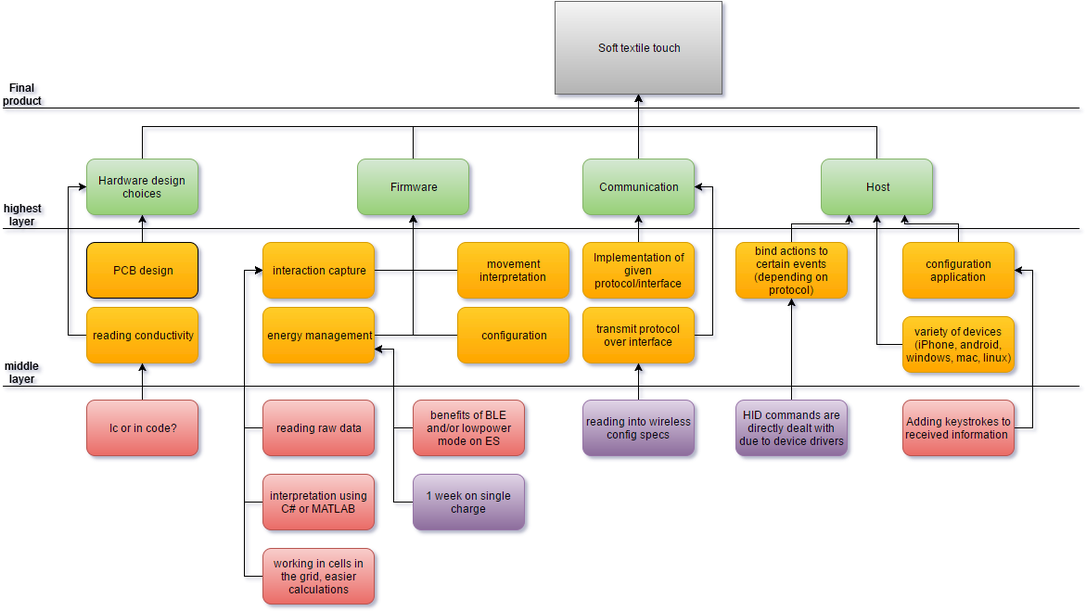
Before: Documentatie/Initalisation documents/Decomposition diagram.png, a diagram exported from draw.io (JBMEChristophe/Internship). Source tidied: cells renumbered, new cells last; positions are measured from the earlier drawing's top-left corner, leaving out a move shared by most shapes.
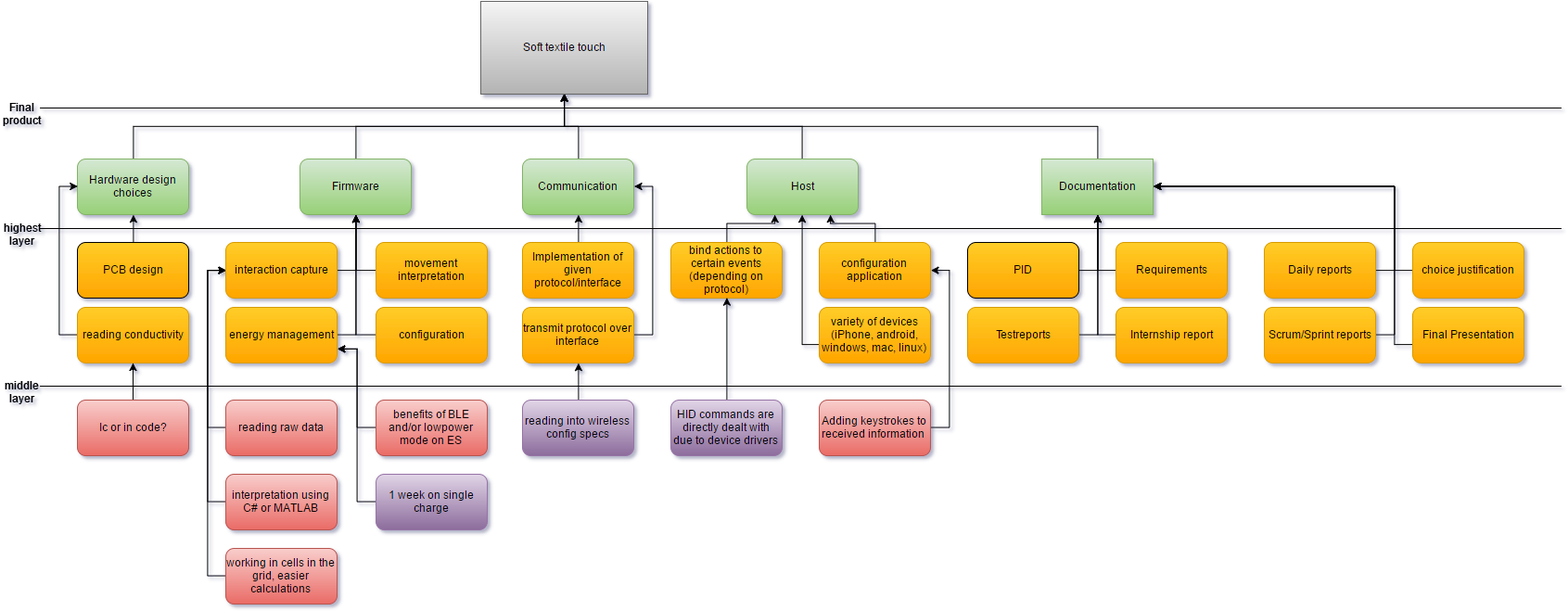
Later version of the same file.

Commit message:
Update decomp diagram and PID

Change to the diagram source:
```diff
@@ -9,7 +9,7 @@
       <mxGeometry relative="1" as="geometry" />
     </mxCell>
     <mxCell id="4" value="Firmware" style="rounded=1;whiteSpace=wrap;html=1;plain-green;" parent="1" vertex="1">
-      <mxGeometry x="382" y="170" width="120" height="60" as="geometry" />
+      <mxGeometry x="400" y="170" width="120" height="60" as="geometry" />
     </mxCell>
     <mxCell id="5" style="edgeStyle=orthogonalEdgeStyle;rounded=0;html=1;exitX=0.5;exitY=0;jettySize=auto;" parent="1" edge="1" source="6">
       <mxGeometry relative="1" as="geometry">
@@ -17,7 +17,7 @@
       </mxGeometry>
     </mxCell>
     <mxCell id="6" value="Communication" style="rounded=1;whiteSpace=wrap;html=1;plain-green;" parent="1" vertex="1">
-      <mxGeometry x="625" y="170" width="120" height="60" as="geometry" />
+      <mxGeometry x="640" y="170" width="120" height="60" as="geometry" />
     </mxCell>
     <mxCell id="7" style="edgeStyle=orthogonalEdgeStyle;rounded=0;html=1;exitX=0.5;exitY=0;entryX=0.5;entryY=1;jettySize=auto;" parent="1" edge="1" source="8" target="2">
       <mxGeometry relative="1" as="geometry" />
@@ -29,145 +29,225 @@
       <mxGeometry relative="1" as="geometry" />
     </mxCell>
     <mxCell id="10" value="configuration" style="rounded=1;whiteSpace=wrap;html=1;plain-orange;" parent="1" vertex="1">
-      <mxGeometry x="490" y="330" width="120" height="60" as="geometry" />
+      <mxGeometry x="482" y="330" width="120" height="60" as="geometry" />
     </mxCell>
     <mxCell id="11" style="edgeStyle=orthogonalEdgeStyle;rounded=0;html=1;exitX=0.5;exitY=0;entryX=0.75;entryY=1;jettySize=auto;" parent="1" edge="1" source="12" target="8">
       <mxGeometry relative="1" as="geometry" />
     </mxCell>
     <mxCell id="12" value="configuration application" style="rounded=1;whiteSpace=wrap;html=1;plain-orange;" parent="1" vertex="1">
-      <mxGeometry x="970" y="260" width="120" height="60" as="geometry" />
+      <mxGeometry x="960" y="260" width="120" height="60" as="geometry" />
     </mxCell>
     <mxCell id="13" style="edgeStyle=orthogonalEdgeStyle;rounded=0;html=1;exitX=1;exitY=0.5;entryX=1;entryY=0.5;jettySize=auto;" parent="1" edge="1" source="14" target="6">
       <mxGeometry relative="1" as="geometry" />
     </mxCell>
     <mxCell id="14" value="transmit protocol over interface" style="rounded=1;whiteSpace=wrap;html=1;plain-orange;" parent="1" vertex="1">
-      <mxGeometry x="625" y="330" width="120" height="60" as="geometry" />
+      <mxGeometry x="640" y="330" width="120" height="60" as="geometry" />
     </mxCell>
     <mxCell id="15" style="edgeStyle=orthogonalEdgeStyle;rounded=0;html=1;exitX=0;exitY=0.5;entryX=0.5;entryY=1;jettySize=auto;" parent="1" edge="1" source="16" target="4">
       <mxGeometry relative="1" as="geometry" />
     </mxCell>
     <mxCell id="16" value="movement interpretation" style="rounded=1;whiteSpace=wrap;html=1;plain-orange;" parent="1" vertex="1">
-      <mxGeometry x="490" y="260" width="120" height="60" as="geometry" />
+      <mxGeometry x="482" y="260" width="120" height="60" as="geometry" />
     </mxCell>
     <mxCell id="17" style="edgeStyle=orthogonalEdgeStyle;rounded=0;html=1;exitX=1;exitY=0.5;entryX=0.5;entryY=1;jettySize=auto;" parent="1" edge="1" source="18" target="4">
       <mxGeometry relative="1" as="geometry" />
     </mxCell>
     <mxCell id="18" value="energy management" style="rounded=1;whiteSpace=wrap;html=1;plain-orange;" parent="1" vertex="1">
-      <mxGeometry x="280" y="330" width="120" height="60" as="geometry" />
+      <mxGeometry x="320" y="330" width="120" height="60" as="geometry" />
     </mxCell>
     <mxCell id="19" style="edgeStyle=orthogonalEdgeStyle;rounded=0;html=1;exitX=1;exitY=0.5;entryX=0.5;entryY=1;jettySize=auto;" parent="1" edge="1" source="20" target="4">
       <mxGeometry relative="1" as="geometry" />
     </mxCell>
     <mxCell id="20" value="interaction capture" style="rounded=1;whiteSpace=wrap;html=1;plain-orange;" parent="1" vertex="1">
-      <mxGeometry x="280" y="260" width="120" height="60" as="geometry" />
+      <mxGeometry x="320" y="260" width="120" height="60" as="geometry" />
     </mxCell>
     <mxCell id="21" style="edgeStyle=orthogonalEdgeStyle;rounded=0;html=1;exitX=0.5;exitY=0;entryX=0.5;entryY=1;jettySize=auto;" parent="1" edge="1" source="22" target="6">
       <mxGeometry relative="1" as="geometry" />
     </mxCell>
     <mxCell id="22" value="Implementation of given protocol/interface" style="rounded=1;whiteSpace=wrap;html=1;plain-orange;" parent="1" vertex="1">
-      <mxGeometry x="625" y="260" width="120" height="60" as="geometry" />
+      <mxGeometry x="640" y="260" width="120" height="60" as="geometry" />
     </mxCell>
     <mxCell id="23" style="edgeStyle=orthogonalEdgeStyle;rounded=0;html=1;entryX=0.25;entryY=1;jettySize=auto;" parent="1" edge="1" source="24" target="8">
       <mxGeometry relative="1" as="geometry" />
     </mxCell>
     <mxCell id="24" value="bind actions to certain events (depending on protocol)" style="rounded=1;whiteSpace=wrap;html=1;plain-orange;" parent="1" vertex="1">
-      <mxGeometry x="790" y="260" width="120" height="60" as="geometry" />
+      <mxGeometry x="800" y="260" width="120" height="60" as="geometry" />
     </mxCell>
     <mxCell id="25" style="edgeStyle=orthogonalEdgeStyle;rounded=0;html=1;exitX=0.5;exitY=0;entryX=0.5;entryY=1;jettySize=auto;" parent="1" edge="1" source="26" target="2">
       <mxGeometry relative="1" as="geometry" />
     </mxCell>
     <mxCell id="26" value="Hardware design choices" style="rounded=1;whiteSpace=wrap;html=1;plain-green;" parent="1" vertex="1">
-      <mxGeometry x="90" y="170" width="120" height="60" as="geometry" />
+      <mxGeometry x="160" y="170" width="120" height="60" as="geometry" />
     </mxCell>
     <mxCell id="27" style="edgeStyle=orthogonalEdgeStyle;rounded=0;html=1;exitX=0;exitY=0.5;entryX=0;entryY=0.5;jettySize=auto;" parent="1" edge="1" source="28" target="26">
       <mxGeometry relative="1" as="geometry" />
     </mxCell>
     <mxCell id="28" value="reading conductivity" style="rounded=1;whiteSpace=wrap;html=1;plain-orange;" parent="1" vertex="1">
-      <mxGeometry x="90" y="330" width="120" height="60" as="geometry" />
+      <mxGeometry x="160" y="330" width="120" height="60" as="geometry" />
     </mxCell>
     <mxCell id="29" style="edgeStyle=orthogonalEdgeStyle;rounded=0;html=1;jettySize=auto;" parent="1" edge="1" source="30" target="28">
       <mxGeometry relative="1" as="geometry" />
     </mxCell>
     <mxCell id="30" value="Ic or in code?" style="rounded=1;whiteSpace=wrap;html=1;plain-red;" parent="1" vertex="1">
-      <mxGeometry x="90" y="430" width="120" height="60" as="geometry" />
+      <mxGeometry x="160" y="430" width="120" height="60" as="geometry" />
     </mxCell>
     <mxCell id="31" style="edgeStyle=orthogonalEdgeStyle;rounded=0;html=1;exitX=0;exitY=0.5;entryX=0;entryY=0.5;jettySize=auto;" parent="1" edge="1" source="32" target="20">
       <mxGeometry relative="1" as="geometry" />
     </mxCell>
     <mxCell id="32" value="reading raw data" style="rounded=1;whiteSpace=wrap;html=1;shadow=0;plain-red;" parent="1" vertex="1">
-      <mxGeometry x="280" y="430" width="120" height="60" as="geometry" />
+      <mxGeometry x="320" y="430" width="120" height="60" as="geometry" />
     </mxCell>
     <mxCell id="33" style="edgeStyle=orthogonalEdgeStyle;rounded=0;html=1;exitX=0;exitY=0.5;entryX=0;entryY=0.5;jettySize=auto;" parent="1" edge="1" source="34" target="20">
       <mxGeometry relative="1" as="geometry" />
     </mxCell>
     <mxCell id="34" value="interpretation using C# or MATLAB" style="rounded=1;whiteSpace=wrap;html=1;plain-red;" parent="1" vertex="1">
-      <mxGeometry x="280" y="510" width="120" height="60" as="geometry" />
+      <mxGeometry x="320" y="510" width="120" height="60" as="geometry" />
     </mxCell>
     <mxCell id="35" style="edgeStyle=orthogonalEdgeStyle;rounded=0;html=1;exitX=0;exitY=0.5;entryX=1;entryY=0.75;jettySize=auto;" parent="1" edge="1" source="36" target="18">
       <mxGeometry relative="1" as="geometry" />
     </mxCell>
     <mxCell id="36" value="benefits of BLE and/or lowpower mode on ES" style="rounded=1;whiteSpace=wrap;html=1;shadow=0;plain-red;" parent="1" vertex="1">
-      <mxGeometry x="442" y="430" width="120" height="60" as="geometry" />
+      <mxGeometry x="482" y="430" width="120" height="60" as="geometry" />
     </mxCell>
     <mxCell id="37" style="line;html=1;shadow=0;strokeColor=#000000;fillColor=#FFCD28;gradientColor=#FFA500;strokeWidth=1;" parent="1" vertex="1">
-      <mxGeometry y="240" width="1160" height="10" as="geometry" />
+      <mxGeometry x="120" y="240" width="1640" height="10" as="geometry" />
     </mxCell>
     <mxCell id="38" value="highest layer" style="text;html=1;strokeColor=none;fillColor=none;align=center;verticalAlign=middle;whiteSpace=wrap;shadow=0;" parent="1" vertex="1">
-      <mxGeometry y="220" width="40" height="20" as="geometry" />
+      <mxGeometry x="80" y="241" width="40" height="20" as="geometry" />
     </mxCell>
     <mxCell id="39" style="line;html=1;shadow=0;strokeColor=#000000;fillColor=#FFCD28;gradientColor=#FFA500;strokeWidth=1;" parent="1" vertex="1">
-      <mxGeometry y="410" width="1160" height="10" as="geometry" />
+      <mxGeometry x="120" y="410" width="1640" height="10" as="geometry" />
     </mxCell>
     <mxCell id="40" value="middle layer" style="text;html=1;strokeColor=none;fillColor=none;align=center;verticalAlign=middle;whiteSpace=wrap;shadow=0;" parent="1" vertex="1">
-      <mxGeometry y="390" width="40" height="20" as="geometry" />
+      <mxGeometry x="80" y="411" width="40" height="20" as="geometry" />
     </mxCell>
     <mxCell id="41" style="edgeStyle=orthogonalEdgeStyle;rounded=0;html=1;exitX=0;exitY=0.5;entryX=1;entryY=0.75;jettySize=auto;" parent="1" edge="1" source="42" target="18">
       <mxGeometry relative="1" as="geometry" />
     </mxCell>
     <mxCell id="42" value="1 week on single charge" style="rounded=1;whiteSpace=wrap;html=1;shadow=0;strokeWidth=1;plain-purple;" parent="1" vertex="1">
-      <mxGeometry x="442" y="510" width="120" height="60" as="geometry" />
+      <mxGeometry x="482" y="510" width="120" height="60" as="geometry" />
     </mxCell>
     <mxCell id="43" style="line;html=1;shadow=0;strokeColor=#000000;strokeWidth=1;fillColor=#FFCD28;gradientColor=#FFA500;" parent="1" vertex="1">
-      <mxGeometry y="110" width="1160" height="10" as="geometry" />
+      <mxGeometry x="120" y="110" width="1640" height="10" as="geometry" />
     </mxCell>
     <mxCell id="44" value="Final product" style="text;html=1;strokeColor=none;fillColor=none;align=center;verticalAlign=middle;whiteSpace=wrap;shadow=0;" parent="1" vertex="1">
-      <mxGeometry y="90" width="40" height="20" as="geometry" />
+      <mxGeometry x="80" y="111" width="40" height="20" as="geometry" />
     </mxCell>
     <mxCell id="45" style="edgeStyle=orthogonalEdgeStyle;rounded=0;html=1;exitX=1;exitY=0.5;entryX=1;entryY=0.5;jettySize=auto;" parent="1" edge="1" source="46" target="12">
       <mxGeometry relative="1" as="geometry" />
     </mxCell>
     <mxCell id="46" value="Adding keystrokes to received information&amp;nbsp;" style="rounded=1;whiteSpace=wrap;html=1;shadow=0;plain-red;" parent="1" vertex="1">
-      <mxGeometry x="970" y="430" width="120" height="60" as="geometry" />
+      <mxGeometry x="960" y="430" width="120" height="60" as="geometry" />
     </mxCell>
     <mxCell id="47" style="edgeStyle=orthogonalEdgeStyle;rounded=0;html=1;exitX=0;exitY=0.5;entryX=0;entryY=0.5;jettySize=auto;" parent="1" edge="1" source="48" target="20">
       <mxGeometry relative="1" as="geometry" />
     </mxCell>
     <mxCell id="48" value="working in cells in the grid, easier calculations" style="rounded=1;whiteSpace=wrap;html=1;shadow=0;plain-red;" parent="1" vertex="1">
-      <mxGeometry x="280" y="590" width="120" height="60" as="geometry" />
+      <mxGeometry x="320" y="590" width="120" height="60" as="geometry" />
     </mxCell>
     <mxCell id="49" style="edgeStyle=orthogonalEdgeStyle;rounded=0;html=1;exitX=0;exitY=0.5;entryX=0.5;entryY=1;jettySize=auto;" parent="1" edge="1" source="50" target="8">
-      <mxGeometry relative="1" as="geometry" />
+      <mxGeometry relative="1" as="geometry">
+        <Array as="points">
+          <mxPoint x="942" y="370" />
+        </Array>
+      </mxGeometry>
     </mxCell>
     <mxCell id="50" value="variety of devices&lt;div&gt;(iPhone, android, windows, mac, linux)&lt;/div&gt;" style="rounded=1;whiteSpace=wrap;html=1;plain-orange;" parent="1" vertex="1">
-      <mxGeometry x="970" y="340" width="120" height="60" as="geometry" />
+      <mxGeometry x="960" y="330" width="120" height="60" as="geometry" />
     </mxCell>
     <mxCell id="51" style="edgeStyle=orthogonalEdgeStyle;rounded=0;html=1;exitX=0.5;exitY=0;entryX=0.5;entryY=1;jettySize=auto;" parent="1" edge="1" source="52" target="24">
       <mxGeometry relative="1" as="geometry" />
     </mxCell>
     <mxCell id="52" value="HID commands are directly dealt with due to device drivers" style="rounded=1;whiteSpace=wrap;html=1;shadow=0;strokeWidth=1;plain-purple;" parent="1" vertex="1">
-      <mxGeometry x="790" y="430" width="120" height="60" as="geometry" />
+      <mxGeometry x="800" y="430" width="120" height="60" as="geometry" />
     </mxCell>
     <mxCell id="53" style="edgeStyle=orthogonalEdgeStyle;rounded=0;html=1;exitX=0.5;exitY=0;entryX=0.5;entryY=1;jettySize=auto;" parent="1" edge="1" source="54" target="14">
       <mxGeometry relative="1" as="geometry" />
     </mxCell>
     <mxCell id="54" value="reading into wireless config specs" style="rounded=1;whiteSpace=wrap;html=1;shadow=0;strokeWidth=1;plain-purple;" parent="1" vertex="1">
-      <mxGeometry x="625" y="430" width="120" height="60" as="geometry" />
+      <mxGeometry x="640" y="430" width="120" height="60" as="geometry" />
     </mxCell>
     <mxCell id="55" style="edgeStyle=orthogonalEdgeStyle;rounded=0;html=1;exitX=0.5;exitY=0;entryX=0.5;entryY=1;jettySize=auto;" parent="1" edge="1" source="56" target="26">
       <mxGeometry relative="1" as="geometry" />
     </mxCell>
     <mxCell id="56" value="PCB design" style="rounded=1;whiteSpace=wrap;html=1;shadow=0;strokeColor=#000000;strokeWidth=1;fillColor=#FFCD28;gradientColor=#FFA500;" parent="1" vertex="1">
-      <mxGeometry x="90" y="260" width="120" height="60" as="geometry" />
+      <mxGeometry x="160" y="260" width="120" height="60" as="geometry" />
     </mxCell>
+    <mxCell id="57" style="edgeStyle=orthogonalEdgeStyle;rounded=0;html=1;exitX=0.5;exitY=0;entryX=0.5;entryY=1;jettySize=auto;" parent="1" edge="1" source="58" target="2">
+      <mxGeometry relative="1" as="geometry" />
+    </mxCell>
+    <mxCell id="58" value="&lt;div&gt;&lt;span style=&quot;line-height: 1.2&quot;&gt;Do&lt;/span&gt;&lt;span style=&quot;line-height: 1.2&quot;&gt;cumentation&lt;/span&gt;&lt;br&gt;&lt;/div&gt;" style="whiteSpace=wrap;html=1;shadow=0;strokeWidth=1;plain-green;" parent="1" vertex="1">
+      <mxGeometry x="1200" y="170" width="120" height="60" as="geometry" />
+    </mxCell>
+    <mxCell id="59" style="edgeStyle=orthogonalEdgeStyle;rounded=0;html=1;exitX=1;exitY=0.5;entryX=0.5;entryY=1;jettySize=auto;" parent="1" edge="1" source="60" target="58">
+      <mxGeometry relative="1" as="geometry" />
+    </mxCell>
+    <mxCell id="60" value="Testreports" style="rounded=1;whiteSpace=wrap;html=1;plain-orange;" parent="1" vertex="1">
+      <mxGeometry x="1120" y="330" width="120" height="60" as="geometry" />
+    </mxCell>
+    <mxCell id="61" style="edgeStyle=orthogonalEdgeStyle;rounded=0;html=1;exitX=1;exitY=0.5;entryX=0.5;entryY=1;jettySize=auto;" parent="1" edge="1" source="62" target="58">
+      <mxGeometry relative="1" as="geometry" />
+    </mxCell>
+    <mxCell id="62" value="PID" style="rounded=1;whiteSpace=wrap;html=1;shadow=0;strokeColor=#000000;strokeWidth=1;fillColor=#FFCD28;gradientColor=#FFA500;" parent="1" vertex="1">
+      <mxGeometry x="1120" y="260" width="120" height="60" as="geometry" />
+    </mxCell>
+    <mxCell id="63" style="edgeStyle=orthogonalEdgeStyle;rounded=0;html=1;exitX=0;exitY=0.5;entryX=0.5;entryY=1;jettySize=auto;" parent="1" edge="1" source="64" target="58">
+      <mxGeometry relative="1" as="geometry" />
+    </mxCell>
+    <mxCell id="64" value="Requirements" style="rounded=1;whiteSpace=wrap;html=1;plain-orange;" parent="1" vertex="1">
+      <mxGeometry x="1280" y="260" width="120" height="60" as="geometry" />
+    </mxCell>
+    <mxCell id="65" style="edgeStyle=orthogonalEdgeStyle;rounded=0;html=1;exitX=0;exitY=0.5;entryX=0.5;entryY=1;jettySize=auto;" parent="1" edge="1" source="66" target="58">
+      <mxGeometry relative="1" as="geometry" />
+    </mxCell>
+    <mxCell id="66" value="Internship report" style="rounded=1;whiteSpace=wrap;html=1;plain-orange;" parent="1" vertex="1">
+      <mxGeometry x="1280" y="330" width="120" height="60" as="geometry" />
+    </mxCell>
+    <mxCell id="67" style="edgeStyle=orthogonalEdgeStyle;rounded=0;html=1;exitX=0;exitY=0.5;entryX=1;entryY=0.5;jettySize=auto;" parent="1" edge="1" source="68" target="58">
+      <mxGeometry relative="1" as="geometry">
+        <Array as="points">
+          <mxPoint x="1580" y="370" />
+          <mxPoint x="1580" y="200" />
+        </Array>
+      </mxGeometry>
+    </mxCell>
+    <mxCell id="68" value="Final Presentation" style="rounded=1;whiteSpace=wrap;html=1;plain-orange;" parent="1" vertex="1">
+      <mxGeometry x="1600" y="330" width="120" height="60" as="geometry" />
+    </mxCell>
+    <mxCell id="69" style="edgeStyle=orthogonalEdgeStyle;rounded=0;html=1;exitX=0;exitY=0.5;entryX=1;entryY=0.5;jettySize=auto;" parent="1" edge="1" source="70" target="58">
+      <mxGeometry relative="1" as="geometry">
+        <Array as="points">
+          <mxPoint x="1580" y="290" />
+          <mxPoint x="1580" y="200" />
+        </Array>
+      </mxGeometry>
+    </mxCell>
+    <mxCell id="70" value="choice justification" style="rounded=1;whiteSpace=wrap;html=1;plain-orange;" parent="1" vertex="1">
+      <mxGeometry x="1600" y="260" width="120" height="60" as="geometry" />
+    </mxCell>
+    <mxCell id="71" style="edgeStyle=orthogonalEdgeStyle;rounded=0;html=1;exitX=1;exitY=0.5;jettySize=auto;" parent="1" edge="1" source="72">
+      <mxGeometry relative="1" as="geometry">
+        <mxPoint x="1320" y="200" as="targetPoint" />
+        <Array as="points">
+          <mxPoint x="1580" y="290" />
+          <mxPoint x="1580" y="200" />
+        </Array>
+      </mxGeometry>
+    </mxCell>
+    <mxCell id="72" value="Daily reports" style="rounded=1;whiteSpace=wrap;html=1;plain-orange;" parent="1" vertex="1">
+      <mxGeometry x="1440" y="260" width="120" height="60" as="geometry" />
+    </mxCell>
+    <mxCell id="73" style="edgeStyle=orthogonalEdgeStyle;rounded=0;html=1;exitX=1;exitY=0.5;jettySize=auto;" parent="1" edge="1" source="74">
+      <mxGeometry relative="1" as="geometry">
+        <mxPoint x="1320" y="200" as="targetPoint" />
+        <Array as="points">
+          <mxPoint x="1580" y="360" />
+          <mxPoint x="1580" y="200" />
+        </Array>
+      </mxGeometry>
+    </mxCell>
+    <mxCell id="74" value="Scrum/Sprint reports" style="rounded=1;whiteSpace=wrap;html=1;plain-orange;" parent="1" vertex="1">
+      <mxGeometry x="1440" y="330" width="120" height="60" as="geometry" />
+    </mxCell>
   </root>
 </mxGraphModel>
```
